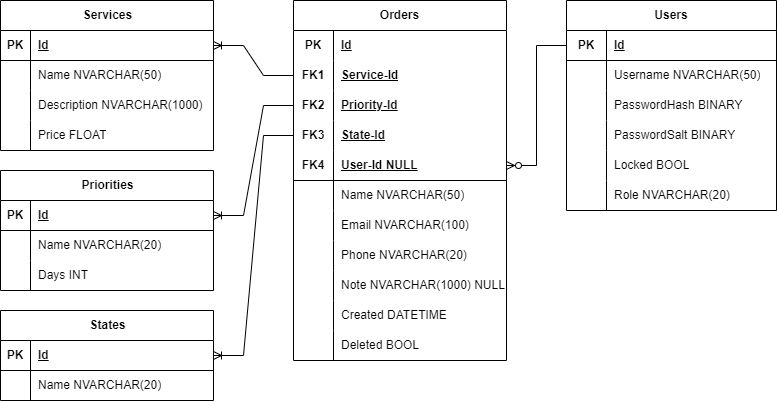
This is files/Bilder/Datenbankentwurf.drawio.png from fokklz/295-ski-service-management, a draw.io export, as it was before one commit. Source tidied: cells renumbered, new cells last; positions are measured from the earlier drawing's top-left corner, leaving out a move shared by most shapes.
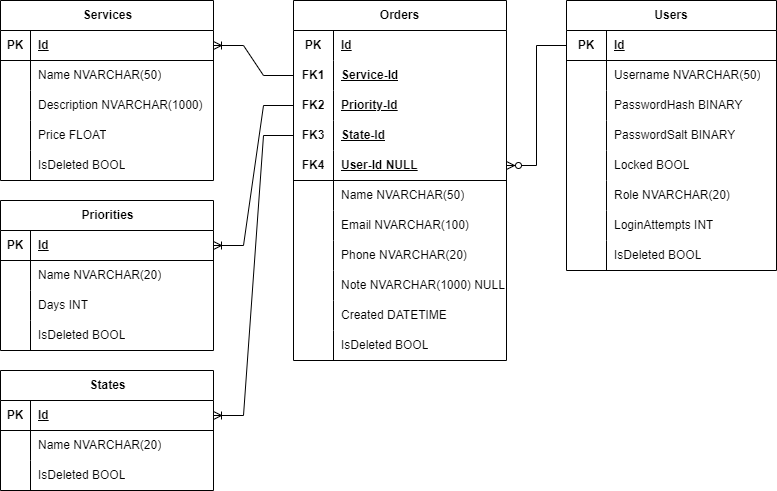
After the change.

Change to the diagram source:
```diff
@@ -3,7 +3,7 @@
     <mxCell id="0" />
     <mxCell id="1" parent="0" />
     <mxCell id="2" value="Services" style="shape=table;startSize=30;rowLines=0;fontStyle=1;align=center;html=1;" parent="1" vertex="1">
-      <mxGeometry width="213" height="150" as="geometry" />
+      <mxGeometry width="213" height="180" as="geometry" />
     </mxCell>
     <mxCell id="3" style="shape=tableRow;horizontal=0;startSize=0;swimlaneHead=0;swimlaneBody=0;fillColor=none;points=[[0,0.5],[1,0.5]];portConstraint=eastwest;top=0;left=0;right=0;bottom=1;" parent="2" vertex="1">
       <mxGeometry y="30" width="213" height="30" as="geometry" />
@@ -41,8 +41,17 @@
     <mxCell id="14" value="Price FLOAT" style="shape=partialRectangle;fillColor=none;top=0;left=0;bottom=0;right=0;align=left;spacingLeft=6;overflow=hidden;whiteSpace=wrap;html=1;" parent="12" vertex="1">
       <mxGeometry x="30" width="183" height="30" as="geometry" />
     </mxCell>
+    <mxCell id="89" style="shape=tableRow;horizontal=0;startSize=0;swimlaneHead=0;swimlaneBody=0;fillColor=none;top=0;left=0;right=0;bottom=0;" parent="2" vertex="1">
+      <mxGeometry y="150" width="213" height="30" as="geometry" />
+    </mxCell>
+    <mxCell id="90" style="shape=partialRectangle;fillColor=none;top=0;left=0;bottom=0;right=0;overflow=hidden;whiteSpace=wrap;html=1;" parent="89" vertex="1">
+      <mxGeometry width="30" height="30" as="geometry" />
+    </mxCell>
+    <mxCell id="91" value="IsDeleted BOOL" style="shape=partialRectangle;fillColor=none;top=0;left=0;bottom=0;right=0;align=left;spacingLeft=6;overflow=hidden;whiteSpace=wrap;html=1;" parent="89" vertex="1">
+      <mxGeometry x="30" width="183" height="30" as="geometry" />
+    </mxCell>
     <mxCell id="15" value="Users" style="shape=table;startSize=30;rowLines=0;fontStyle=1;align=center;html=1;whiteSpace=wrap;" parent="1" vertex="1">
-      <mxGeometry x="566" width="210" height="210" as="geometry" />
+      <mxGeometry x="566" width="210" height="270" as="geometry" />
     </mxCell>
     <mxCell id="16" style="shape=tableRow;horizontal=0;startSize=0;swimlaneHead=0;swimlaneBody=0;fillColor=none;points=[[0,0.5],[1,0.5]];portConstraint=eastwest;top=0;left=0;right=0;bottom=1;html=1;" parent="15" vertex="1">
       <mxGeometry y="30" width="210" height="30" as="geometry" />
@@ -98,6 +107,24 @@
     <mxCell id="33" value="Role NVARCHAR(20)" style="shape=partialRectangle;fillColor=none;top=0;left=0;bottom=0;right=0;align=left;spacingLeft=6;overflow=hidden;html=1;whiteSpace=wrap;" parent="31" vertex="1">
       <mxGeometry x="40" width="170" height="30" as="geometry" />
     </mxCell>
+    <mxCell id="92" style="shape=tableRow;horizontal=0;startSize=0;swimlaneHead=0;swimlaneBody=0;fillColor=none;top=0;left=0;right=0;bottom=0;html=1;" parent="15" vertex="1">
+      <mxGeometry y="210" width="210" height="30" as="geometry" />
+    </mxCell>
+    <mxCell id="93" style="shape=partialRectangle;fillColor=none;top=0;left=0;bottom=0;right=0;overflow=hidden;html=1;whiteSpace=wrap;" parent="92" vertex="1">
+      <mxGeometry width="40" height="30" as="geometry" />
+    </mxCell>
+    <mxCell id="94" value="LoginAttempts INT" style="shape=partialRectangle;fillColor=none;top=0;left=0;bottom=0;right=0;align=left;spacingLeft=6;overflow=hidden;html=1;whiteSpace=wrap;" parent="92" vertex="1">
+      <mxGeometry x="40" width="170" height="30" as="geometry" />
+    </mxCell>
+    <mxCell id="95" style="shape=tableRow;horizontal=0;startSize=0;swimlaneHead=0;swimlaneBody=0;fillColor=none;top=0;left=0;right=0;bottom=0;html=1;" parent="15" vertex="1">
+      <mxGeometry y="240" width="210" height="30" as="geometry" />
+    </mxCell>
+    <mxCell id="96" style="shape=partialRectangle;fillColor=none;top=0;left=0;bottom=0;right=0;overflow=hidden;html=1;whiteSpace=wrap;" parent="95" vertex="1">
+      <mxGeometry width="40" height="30" as="geometry" />
+    </mxCell>
+    <mxCell id="97" value="IsDeleted BOOL" style="shape=partialRectangle;fillColor=none;top=0;left=0;bottom=0;right=0;align=left;spacingLeft=6;overflow=hidden;html=1;whiteSpace=wrap;" parent="95" vertex="1">
+      <mxGeometry x="40" width="170" height="30" as="geometry" />
+    </mxCell>
     <mxCell id="34" value="Orders" style="shape=table;startSize=30;rowLines=0;fontStyle=1;align=center;html=1;whiteSpace=wrap;" parent="1" vertex="1">
       <mxGeometry x="293" width="213" height="360" as="geometry" />
     </mxCell>
@@ -197,11 +224,11 @@
     <mxCell id="66" style="shape=partialRectangle;fillColor=none;top=0;left=0;bottom=0;right=0;overflow=hidden;html=1;whiteSpace=wrap;" parent="65" vertex="1">
       <mxGeometry width="40" height="30" as="geometry" />
     </mxCell>
-    <mxCell id="67" value="Deleted BOOL" style="shape=partialRectangle;fillColor=none;top=0;left=0;bottom=0;right=0;align=left;spacingLeft=6;overflow=hidden;html=1;whiteSpace=wrap;" parent="65" vertex="1">
+    <mxCell id="67" value="IsDeleted BOOL" style="shape=partialRectangle;fillColor=none;top=0;left=0;bottom=0;right=0;align=left;spacingLeft=6;overflow=hidden;html=1;whiteSpace=wrap;" parent="65" vertex="1">
       <mxGeometry x="40" width="173" height="30" as="geometry" />
     </mxCell>
     <mxCell id="68" value="Priorities" style="shape=table;startSize=30;rowLines=0;fontStyle=1;align=center;html=1;" parent="1" vertex="1">
-      <mxGeometry y="170" width="213" height="120" as="geometry" />
+      <mxGeometry y="200" width="213" height="150" as="geometry" />
     </mxCell>
     <mxCell id="69" style="shape=tableRow;horizontal=0;startSize=0;swimlaneHead=0;swimlaneBody=0;fillColor=none;points=[[0,0.5],[1,0.5]];portConstraint=eastwest;top=0;left=0;right=0;bottom=1;" parent="68" vertex="1">
       <mxGeometry y="30" width="213" height="30" as="geometry" />
@@ -230,6 +257,15 @@
     <mxCell id="77" value="Days INT" style="shape=partialRectangle;fillColor=none;top=0;left=0;bottom=0;right=0;align=left;spacingLeft=6;overflow=hidden;whiteSpace=wrap;html=1;" parent="75" vertex="1">
       <mxGeometry x="30" width="183" height="30" as="geometry" />
     </mxCell>
+    <mxCell id="98" style="shape=tableRow;horizontal=0;startSize=0;swimlaneHead=0;swimlaneBody=0;fillColor=none;top=0;left=0;right=0;bottom=0;" parent="68" vertex="1">
+      <mxGeometry y="120" width="213" height="30" as="geometry" />
+    </mxCell>
+    <mxCell id="99" style="shape=partialRectangle;fillColor=none;top=0;left=0;bottom=0;right=0;overflow=hidden;whiteSpace=wrap;html=1;" parent="98" vertex="1">
+      <mxGeometry width="30" height="30" as="geometry" />
+    </mxCell>
+    <mxCell id="100" value="IsDeleted BOOL" style="shape=partialRectangle;fillColor=none;top=0;left=0;bottom=0;right=0;align=left;spacingLeft=6;overflow=hidden;whiteSpace=wrap;html=1;" parent="98" vertex="1">
+      <mxGeometry x="30" width="183" height="30" as="geometry" />
+    </mxCell>
     <mxCell id="78" style="edgeStyle=entityRelationEdgeStyle;fontSize=12;html=1;endArrow=ERzeroToMany;endFill=1;rounded=0;entryX=1;entryY=0.5;entryDx=0;entryDy=0;exitX=0;exitY=0.5;exitDx=0;exitDy=0;" parent="1" edge="1" source="16" target="47">
       <mxGeometry relative="1" as="geometry">
         <Array as="points">
@@ -244,7 +280,7 @@
       <mxGeometry relative="1" as="geometry" />
     </mxCell>
     <mxCell id="81" value="States" style="shape=table;startSize=30;rowLines=0;fontStyle=1;align=center;html=1;" parent="1" vertex="1">
-      <mxGeometry y="310" width="213" height="90" as="geometry" />
+      <mxGeometry y="370" width="213" height="120" as="geometry" />
     </mxCell>
     <mxCell id="82" style="shape=tableRow;horizontal=0;startSize=0;swimlaneHead=0;swimlaneBody=0;fillColor=none;points=[[0,0.5],[1,0.5]];portConstraint=eastwest;top=0;left=0;right=0;bottom=1;" parent="81" vertex="1">
       <mxGeometry y="30" width="213" height="30" as="geometry" />
@@ -264,6 +300,15 @@
     <mxCell id="87" value="Name NVARCHAR(20)" style="shape=partialRectangle;fillColor=none;top=0;left=0;bottom=0;right=0;align=left;spacingLeft=6;overflow=hidden;whiteSpace=wrap;html=1;" parent="85" vertex="1">
       <mxGeometry x="30" width="183" height="30" as="geometry" />
     </mxCell>
+    <mxCell id="101" style="shape=tableRow;horizontal=0;startSize=0;swimlaneHead=0;swimlaneBody=0;fillColor=none;top=0;left=0;right=0;bottom=0;" parent="81" vertex="1">
+      <mxGeometry y="90" width="213" height="30" as="geometry" />
+    </mxCell>
+    <mxCell id="102" style="shape=partialRectangle;fillColor=none;top=0;left=0;bottom=0;right=0;overflow=hidden;whiteSpace=wrap;html=1;" parent="101" vertex="1">
+      <mxGeometry width="30" height="30" as="geometry" />
+    </mxCell>
+    <mxCell id="103" value="IsDeleted BOOL" style="shape=partialRectangle;fillColor=none;top=0;left=0;bottom=0;right=0;align=left;spacingLeft=6;overflow=hidden;whiteSpace=wrap;html=1;" parent="101" vertex="1">
+      <mxGeometry x="30" width="183" height="30" as="geometry" />
+    </mxCell>
     <mxCell id="88" style="edgeStyle=entityRelationEdgeStyle;fontSize=12;html=1;endArrow=ERoneToMany;rounded=0;exitX=0;exitY=0.5;exitDx=0;exitDy=0;entryX=1;entryY=0.5;entryDx=0;entryDy=0;" parent="1" edge="1" source="44" target="82">
       <mxGeometry relative="1" as="geometry">
         <Array as="points">
```
